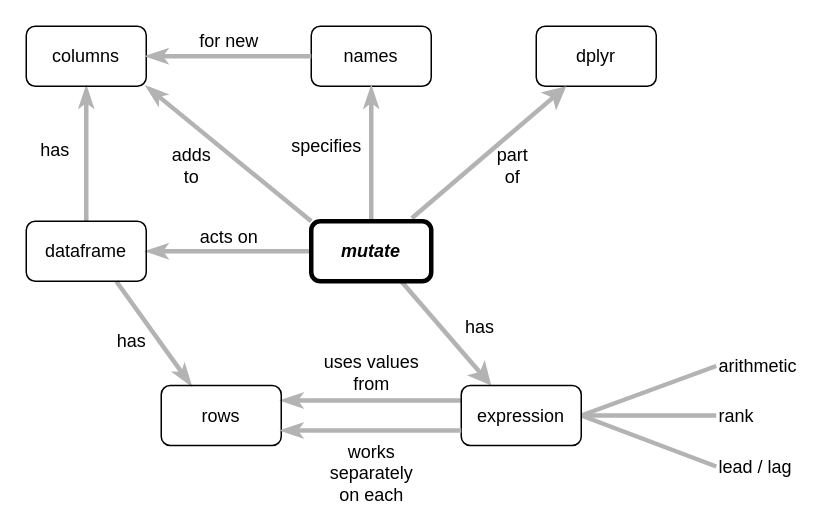
The draw.io diagram en/mutate.drawio in rstudio/concept-maps, before the edit. Source tidied: cells renumbered, new cells numbered last; positions are measured from the earlier drawing's top-left corner, leaving out a move shared by most shapes. Both pictures are drawn from the tidied source at 150%, with x=0, y=0 at pixel (26, 26).
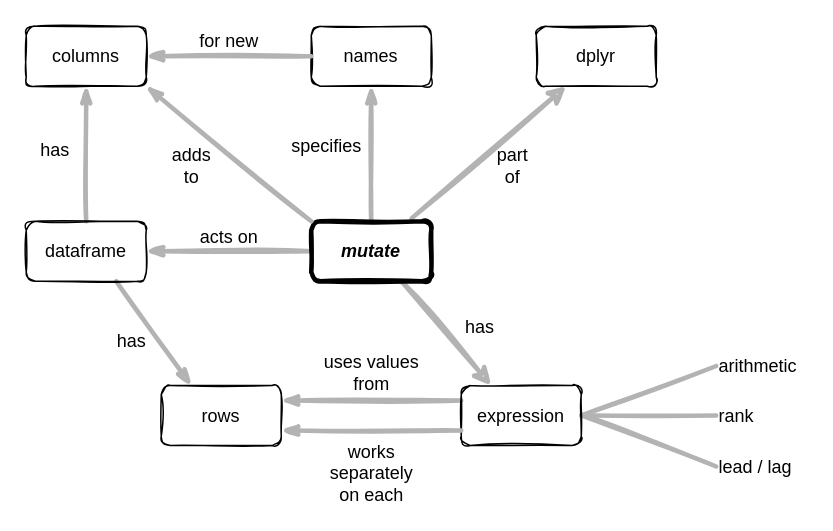
The same page after the edit.

Change to the diagram source:
```diff
@@
-    <mxCell id="2" value="acts on" style="edgeStyle=none;rounded=1;html=1;labelBackgroundColor=none;startArrow=none;startFill=0;startSize=5;endArrow=classicThin;endFill=1;endSize=5;jettySize=auto;strokeColor=#B3B3B3;strokeWidth=3;fontFamily=Helvetica;fontSize=12;exitX=0;exitY=0.5;exitDx=0;exitDy=0;entryX=1;entryY=0.5;entryDx=0;entryDy=0;verticalAlign=bottom;" parent="1" edge="1" source="24" target="6">
+    <mxCell id="2" value="acts on" style="edgeStyle=none;rounded=1;html=1;labelBackgroundColor=none;startArrow=none;startFill=0;startSize=5;endArrow=classicThin;endFill=1;endSize=5;jettySize=auto;strokeColor=#B3B3B3;strokeWidth=3;fontFamily=Helvetica;fontSize=12;exitX=0;exitY=0.5;exitDx=0;exitDy=0;entryX=1;entryY=0.5;entryDx=0;entryDy=0;verticalAlign=bottom;sketch=1;" parent="1" edge="1" source="24" target="6">
       <mxGeometry relative="1" as="geometry" />
     </mxCell>
-    <mxCell id="3" value="has" style="edgeStyle=none;rounded=1;html=1;labelBackgroundColor=#FFFFFF;startArrow=none;startFill=0;startSize=5;endArrow=classicThin;endFill=1;endSize=5;jettySize=auto;strokeColor=#B3B3B3;strokeWidth=3;fontFamily=Helvetica;fontSize=12;exitX=0.75;exitY=1;exitDx=0;exitDy=0;entryX=0.25;entryY=0;entryDx=0;entryDy=0;verticalAlign=middle;" parent="1" edge="1" source="6" target="8">
+    <mxCell id="3" value="has" style="edgeStyle=none;rounded=1;html=1;labelBackgroundColor=none;startArrow=none;startFill=0;startSize=5;endArrow=classicThin;endFill=1;endSize=5;jettySize=auto;strokeColor=#B3B3B3;strokeWidth=3;fontFamily=Helvetica;fontSize=12;exitX=0.75;exitY=1;exitDx=0;exitDy=0;entryX=0.25;entryY=0;entryDx=0;entryDy=0;verticalAlign=middle;sketch=1;" parent="1" edge="1" source="6" target="8">
       <mxGeometry x="-0.11" y="-15" relative="1" as="geometry" />
     </mxCell>
-    <mxCell id="4" value="uses values&lt;br&gt;from" style="edgeStyle=none;rounded=1;html=1;labelBackgroundColor=none;startArrow=none;startFill=0;startSize=5;endArrow=classicThin;endFill=1;endSize=5;jettySize=auto;strokeColor=#B3B3B3;strokeWidth=3;fontFamily=Helvetica;fontSize=12;exitX=0;exitY=0.25;exitDx=0;exitDy=0;entryX=1;entryY=0.25;entryDx=0;entryDy=0;verticalAlign=middle;" parent="1" edge="1" source="19" target="8">
+    <mxCell id="4" value="uses values&lt;br&gt;from" style="edgeStyle=none;rounded=1;html=1;labelBackgroundColor=none;startArrow=none;startFill=0;startSize=5;endArrow=classicThin;endFill=1;endSize=5;jettySize=auto;strokeColor=#B3B3B3;strokeWidth=3;fontFamily=Helvetica;fontSize=12;exitX=0;exitY=0.25;exitDx=0;exitDy=0;entryX=1;entryY=0.25;entryDx=0;entryDy=0;verticalAlign=middle;sketch=1;" parent="1" edge="1" source="19" target="8">
       <mxGeometry y="-19" relative="1" as="geometry" />
     </mxCell>
-    <mxCell id="5" value="has" style="edgeStyle=none;rounded=1;html=1;labelBackgroundColor=none;startArrow=none;startFill=0;startSize=5;endArrow=classicThin;endFill=1;endSize=5;jettySize=auto;strokeColor=#B3B3B3;strokeWidth=3;fontFamily=Helvetica;fontSize=12;exitX=0.5;exitY=0;exitDx=0;exitDy=0;entryX=0.5;entryY=1;entryDx=0;entryDy=0;verticalAlign=middle;" parent="1" edge="1" source="6" target="9">
+    <mxCell id="5" value="has" style="edgeStyle=none;rounded=1;html=1;labelBackgroundColor=none;startArrow=none;startFill=0;startSize=5;endArrow=classicThin;endFill=1;endSize=5;jettySize=auto;strokeColor=#B3B3B3;strokeWidth=3;fontFamily=Helvetica;fontSize=12;exitX=0.5;exitY=0;exitDx=0;exitDy=0;entryX=0.5;entryY=1;entryDx=0;entryDy=0;verticalAlign=middle;sketch=1;" parent="1" edge="1" source="6" target="9">
       <mxGeometry x="0.05" y="21" relative="1" as="geometry" />
     </mxCell>
-    <mxCell id="6" value="dataframe" style="rounded=1;whiteSpace=wrap;html=1;fontSize=12;fontFamily=Helvetica;fillColor=none;" parent="1" vertex="1">
+    <mxCell id="6" value="dataframe" style="rounded=1;whiteSpace=wrap;html=1;fontSize=12;fontFamily=Helvetica;fillColor=none;sketch=1;labelBackgroundColor=none;" parent="1" vertex="1">
       <mxGeometry y="130" width="80" height="40" as="geometry" />
     </mxCell>
-    <mxCell id="7" style="edgeStyle=orthogonalEdgeStyle;rounded=0;orthogonalLoop=1;jettySize=auto;html=1;exitX=0.5;exitY=1;exitDx=0;exitDy=0;strokeWidth=3;fontSize=12;fontFamily=Helvetica;" parent="1" edge="1" source="6" target="6">
+    <mxCell id="7" style="edgeStyle=orthogonalEdgeStyle;rounded=0;orthogonalLoop=1;jettySize=auto;html=1;exitX=0.5;exitY=1;exitDx=0;exitDy=0;strokeWidth=3;fontSize=12;fontFamily=Helvetica;sketch=1;labelBackgroundColor=none;" parent="1" edge="1" source="6" target="6">
       <mxGeometry relative="1" as="geometry" />
     </mxCell>
-    <mxCell id="8" value="rows" style="rounded=1;whiteSpace=wrap;html=1;fontSize=12;fontFamily=Helvetica;fillColor=none;" parent="1" vertex="1">
+    <mxCell id="8" value="rows" style="rounded=1;whiteSpace=wrap;html=1;fontSize=12;fontFamily=Helvetica;fillColor=none;sketch=1;labelBackgroundColor=none;" parent="1" vertex="1">
       <mxGeometry x="90" y="239.5" width="80" height="40" as="geometry" />
     </mxCell>
-    <mxCell id="9" value="columns" style="rounded=1;whiteSpace=wrap;html=1;fontSize=12;fontFamily=Helvetica;fillColor=none;" parent="1" vertex="1">
+    <mxCell id="9" value="columns" style="rounded=1;whiteSpace=wrap;html=1;fontSize=12;fontFamily=Helvetica;fillColor=none;sketch=1;labelBackgroundColor=none;" parent="1" vertex="1">
       <mxGeometry width="80" height="40" as="geometry" />
     </mxCell>
-    <mxCell id="10" value="has" style="endArrow=classic;html=1;strokeWidth=3;entryX=0.25;entryY=0;entryDx=0;entryDy=0;strokeColor=#B3B3B3;exitX=0.75;exitY=1;exitDx=0;exitDy=0;verticalAlign=middle;fontSize=12;labelBackgroundColor=none;fontFamily=Helvetica;align=left;" parent="1" edge="1" source="24" target="19">
+    <mxCell id="10" value="has" style="endArrow=classic;html=1;strokeWidth=3;entryX=0.25;entryY=0;entryDx=0;entryDy=0;strokeColor=#B3B3B3;exitX=0.75;exitY=1;exitDx=0;exitDy=0;verticalAlign=middle;fontSize=12;labelBackgroundColor=none;fontFamily=Helvetica;align=left;sketch=1;" parent="1" edge="1" source="24" target="19">
       <mxGeometry x="0.08" y="10" relative="1" as="geometry">
         <mxPoint x="1" as="offset" />
       </mxGeometry>
     </mxCell>
-    <mxCell id="11" value="dplyr" style="rounded=1;whiteSpace=wrap;html=1;fontSize=12;fontFamily=Helvetica;fillColor=none;" parent="1" vertex="1">
+    <mxCell id="11" value="dplyr" style="rounded=1;whiteSpace=wrap;html=1;fontSize=12;fontFamily=Helvetica;fillColor=none;sketch=1;labelBackgroundColor=none;" parent="1" vertex="1">
       <mxGeometry x="340" width="80" height="40" as="geometry" />
     </mxCell>
-    <mxCell id="12" value="part&lt;br style=&quot;font-size: 12px;&quot;&gt;of" style="endArrow=classic;html=1;strokeWidth=3;entryX=0.25;entryY=1;entryDx=0;entryDy=0;strokeColor=#B3B3B3;exitX=0.838;exitY=-0.05;exitDx=0;exitDy=0;verticalAlign=middle;fontSize=12;labelBackgroundColor=none;exitPerimeter=0;fontFamily=Helvetica;" parent="1" edge="1" source="24" target="11">
+    <mxCell id="12" value="part&lt;br style=&quot;font-size: 12px;&quot;&gt;of" style="endArrow=classic;html=1;strokeWidth=3;entryX=0.25;entryY=1;entryDx=0;entryDy=0;strokeColor=#B3B3B3;exitX=0.838;exitY=-0.05;exitDx=0;exitDy=0;verticalAlign=middle;fontSize=12;labelBackgroundColor=none;exitPerimeter=0;fontFamily=Helvetica;sketch=1;" parent="1" edge="1" source="24" target="11">
       <mxGeometry x="0.1" y="-17" relative="1" as="geometry" />
     </mxCell>
-    <mxCell id="13" value="arithmetic" style="text;html=1;strokeColor=none;fillColor=none;align=left;verticalAlign=middle;whiteSpace=wrap;rounded=0;fontSize=12;fontFamily=Helvetica;" parent="1" vertex="1">
+    <mxCell id="13" value="arithmetic" style="text;html=1;strokeColor=none;fillColor=none;align=left;verticalAlign=middle;whiteSpace=wrap;rounded=0;fontSize=12;fontFamily=Helvetica;sketch=1;labelBackgroundColor=none;" parent="1" vertex="1">
       <mxGeometry x="460" y="216.5" width="60" height="20" as="geometry" />
     </mxCell>
-    <mxCell id="14" value="rank" style="text;html=1;strokeColor=none;fillColor=none;align=left;verticalAlign=middle;whiteSpace=wrap;rounded=0;fontSize=12;fontFamily=Helvetica;" parent="1" vertex="1">
+    <mxCell id="14" value="rank" style="text;html=1;strokeColor=none;fillColor=none;align=left;verticalAlign=middle;whiteSpace=wrap;rounded=0;fontSize=12;fontFamily=Helvetica;sketch=1;labelBackgroundColor=none;" parent="1" vertex="1">
       <mxGeometry x="460" y="249.5" width="60" height="20" as="geometry" />
     </mxCell>
-    <mxCell id="15" value="lead / lag" style="text;html=1;strokeColor=none;fillColor=none;align=left;verticalAlign=middle;whiteSpace=wrap;rounded=0;fontSize=12;fontFamily=Helvetica;" parent="1" vertex="1">
+    <mxCell id="15" value="lead / lag" style="text;html=1;strokeColor=none;fillColor=none;align=left;verticalAlign=middle;whiteSpace=wrap;rounded=0;fontSize=12;fontFamily=Helvetica;sketch=1;labelBackgroundColor=none;" parent="1" vertex="1">
       <mxGeometry x="460" y="283.5" width="60" height="20" as="geometry" />
     </mxCell>
-    <mxCell id="16" style="endArrow=none;html=1;labelBackgroundColor=#FFFFFF;strokeColor=#B3B3B3;strokeWidth=3;fontSize=12;exitX=1;exitY=0.5;exitDx=0;exitDy=0;entryX=0;entryY=0.5;entryDx=0;entryDy=0;fontFamily=Helvetica;" parent="1" edge="1" source="19" target="13">
+    <mxCell id="16" style="endArrow=none;html=1;labelBackgroundColor=none;strokeColor=#B3B3B3;strokeWidth=3;fontSize=12;exitX=1;exitY=0.5;exitDx=0;exitDy=0;entryX=0;entryY=0.5;entryDx=0;entryDy=0;fontFamily=Helvetica;sketch=1;" parent="1" edge="1" source="19" target="13">
       <mxGeometry relative="1" as="geometry" />
     </mxCell>
-    <mxCell id="17" style="endArrow=none;html=1;labelBackgroundColor=#FFFFFF;strokeColor=#B3B3B3;strokeWidth=3;fontSize=12;entryX=0;entryY=0.5;entryDx=0;entryDy=0;exitX=1;exitY=0.5;exitDx=0;exitDy=0;fontFamily=Helvetica;" parent="1" edge="1" source="19" target="14">
+    <mxCell id="17" style="endArrow=none;html=1;labelBackgroundColor=none;strokeColor=#B3B3B3;strokeWidth=3;fontSize=12;entryX=0;entryY=0.5;entryDx=0;entryDy=0;exitX=1;exitY=0.5;exitDx=0;exitDy=0;fontFamily=Helvetica;sketch=1;" parent="1" edge="1" source="19" target="14">
       <mxGeometry relative="1" as="geometry" />
     </mxCell>
-    <mxCell id="18" style="endArrow=none;html=1;labelBackgroundColor=#FFFFFF;strokeColor=#B3B3B3;strokeWidth=3;fontSize=12;entryX=0;entryY=0.5;entryDx=0;entryDy=0;fontFamily=Helvetica;exitX=1;exitY=0.5;exitDx=0;exitDy=0;" parent="1" edge="1" source="19" target="15">
+    <mxCell id="18" style="endArrow=none;html=1;labelBackgroundColor=none;strokeColor=#B3B3B3;strokeWidth=3;fontSize=12;entryX=0;entryY=0.5;entryDx=0;entryDy=0;fontFamily=Helvetica;exitX=1;exitY=0.5;exitDx=0;exitDy=0;sketch=1;" parent="1" edge="1" source="19" target="15">
       <mxGeometry relative="1" as="geometry" />
     </mxCell>
-    <mxCell id="19" value="expression" style="rounded=1;whiteSpace=wrap;html=1;fontSize=12;fontFamily=Helvetica;fillColor=none;" parent="1" vertex="1">
+    <mxCell id="19" value="expression" style="rounded=1;whiteSpace=wrap;html=1;fontSize=12;fontFamily=Helvetica;fillColor=none;sketch=1;labelBackgroundColor=none;" parent="1" vertex="1">
       <mxGeometry x="290" y="239.5" width="80" height="40" as="geometry" />
     </mxCell>
-    <mxCell id="20" value="works&lt;br&gt;separately&lt;br&gt;on each" style="edgeStyle=none;rounded=1;html=1;labelBackgroundColor=none;startArrow=none;startFill=0;startSize=5;endArrow=classicThin;endFill=1;endSize=5;jettySize=auto;strokeColor=#B3B3B3;strokeWidth=3;fontFamily=Helvetica;fontSize=12;exitX=0;exitY=0.75;exitDx=0;exitDy=0;entryX=1;entryY=0.75;entryDx=0;entryDy=0;verticalAlign=top;" parent="1" edge="1" source="19" target="8">
+    <mxCell id="20" value="works&lt;br&gt;separately&lt;br&gt;on each" style="edgeStyle=none;rounded=1;html=1;labelBackgroundColor=none;startArrow=none;startFill=0;startSize=5;endArrow=classicThin;endFill=1;endSize=5;jettySize=auto;strokeColor=#B3B3B3;strokeWidth=3;fontFamily=Helvetica;fontSize=12;exitX=0;exitY=0.75;exitDx=0;exitDy=0;entryX=1;entryY=0.75;entryDx=0;entryDy=0;verticalAlign=top;sketch=1;" parent="1" edge="1" source="19" target="8">
       <mxGeometry relative="1" as="geometry" />
     </mxCell>
-    <mxCell id="21" value="names" style="rounded=1;whiteSpace=wrap;html=1;fontSize=12;fontFamily=Helvetica;fillColor=none;" parent="1" vertex="1">
+    <mxCell id="21" value="names" style="rounded=1;whiteSpace=wrap;html=1;fontSize=12;fontFamily=Helvetica;fillColor=none;sketch=1;labelBackgroundColor=none;" parent="1" vertex="1">
       <mxGeometry x="190" width="80" height="40" as="geometry" />
     </mxCell>
-    <mxCell id="22" value="specifies" style="edgeStyle=none;rounded=1;html=1;labelBackgroundColor=none;startArrow=none;startFill=0;startSize=5;endArrow=classicThin;endFill=1;endSize=5;jettySize=auto;strokeColor=#B3B3B3;strokeWidth=3;fontFamily=Helvetica;fontSize=12;exitX=0.5;exitY=0;exitDx=0;exitDy=0;entryX=0.5;entryY=1;entryDx=0;entryDy=0;verticalAlign=middle;" parent="1" edge="1" source="24" target="21">
+    <mxCell id="22" value="specifies" style="edgeStyle=none;rounded=1;html=1;labelBackgroundColor=none;startArrow=none;startFill=0;startSize=5;endArrow=classicThin;endFill=1;endSize=5;jettySize=auto;strokeColor=#B3B3B3;strokeWidth=3;fontFamily=Helvetica;fontSize=12;exitX=0.5;exitY=0;exitDx=0;exitDy=0;entryX=0.5;entryY=1;entryDx=0;entryDy=0;verticalAlign=middle;sketch=1;" parent="1" edge="1" source="24" target="21">
       <mxGeometry x="0.11" y="30" relative="1" as="geometry" />
     </mxCell>
-    <mxCell id="23" value="for new" style="edgeStyle=none;rounded=1;html=1;labelBackgroundColor=none;startArrow=none;startFill=0;startSize=5;endArrow=classicThin;endFill=1;endSize=5;jettySize=auto;strokeColor=#B3B3B3;strokeWidth=3;fontFamily=Helvetica;fontSize=12;exitX=0;exitY=0.5;exitDx=0;exitDy=0;entryX=1;entryY=0.5;entryDx=0;entryDy=0;verticalAlign=middle;" parent="1" edge="1" source="21" target="9">
+    <mxCell id="23" value="for new" style="edgeStyle=none;rounded=1;html=1;labelBackgroundColor=none;startArrow=none;startFill=0;startSize=5;endArrow=classicThin;endFill=1;endSize=5;jettySize=auto;strokeColor=#B3B3B3;strokeWidth=3;fontFamily=Helvetica;fontSize=12;exitX=0;exitY=0.5;exitDx=0;exitDy=0;entryX=1;entryY=0.5;entryDx=0;entryDy=0;verticalAlign=middle;sketch=1;" parent="1" edge="1" source="21" target="9">
       <mxGeometry y="-10" relative="1" as="geometry" />
     </mxCell>
-    <mxCell id="24" value="&lt;b style=&quot;font-size: 12px&quot;&gt;&lt;i style=&quot;font-size: 12px&quot;&gt;mutate&lt;/i&gt;&lt;/b&gt;" style="rounded=1;whiteSpace=wrap;html=1;strokeWidth=3;fontSize=12;fontFamily=Helvetica;fillColor=none;" parent="1" vertex="1">
+    <mxCell id="24" value="&lt;b style=&quot;font-size: 12px&quot;&gt;&lt;i style=&quot;font-size: 12px&quot;&gt;mutate&lt;/i&gt;&lt;/b&gt;" style="rounded=1;whiteSpace=wrap;html=1;strokeWidth=3;fontSize=12;fontFamily=Helvetica;fillColor=none;sketch=1;labelBackgroundColor=none;" parent="1" vertex="1">
       <mxGeometry x="190" y="130" width="80" height="40" as="geometry" />
     </mxCell>
-    <mxCell id="25" value="adds&lt;br&gt;to" style="edgeStyle=none;rounded=1;html=1;labelBackgroundColor=none;startArrow=none;startFill=0;startSize=5;endArrow=classicThin;endFill=1;endSize=5;jettySize=auto;strokeColor=#B3B3B3;strokeWidth=3;fontFamily=Helvetica;fontSize=12;exitX=0;exitY=0;exitDx=0;exitDy=0;entryX=1;entryY=1;entryDx=0;entryDy=0;verticalAlign=bottom;" parent="1" edge="1" source="24" target="9">
+    <mxCell id="25" value="adds&lt;br&gt;to" style="edgeStyle=none;rounded=1;html=1;labelBackgroundColor=none;startArrow=none;startFill=0;startSize=5;endArrow=classicThin;endFill=1;endSize=5;jettySize=auto;strokeColor=#B3B3B3;strokeWidth=3;fontFamily=Helvetica;fontSize=12;exitX=0;exitY=0;exitDx=0;exitDy=0;entryX=1;entryY=1;entryDx=0;entryDy=0;verticalAlign=bottom;sketch=1;" parent="1" edge="1" source="24" target="9">
       <mxGeometry x="0.05" y="35" relative="1" as="geometry" />
     </mxCell>
```
